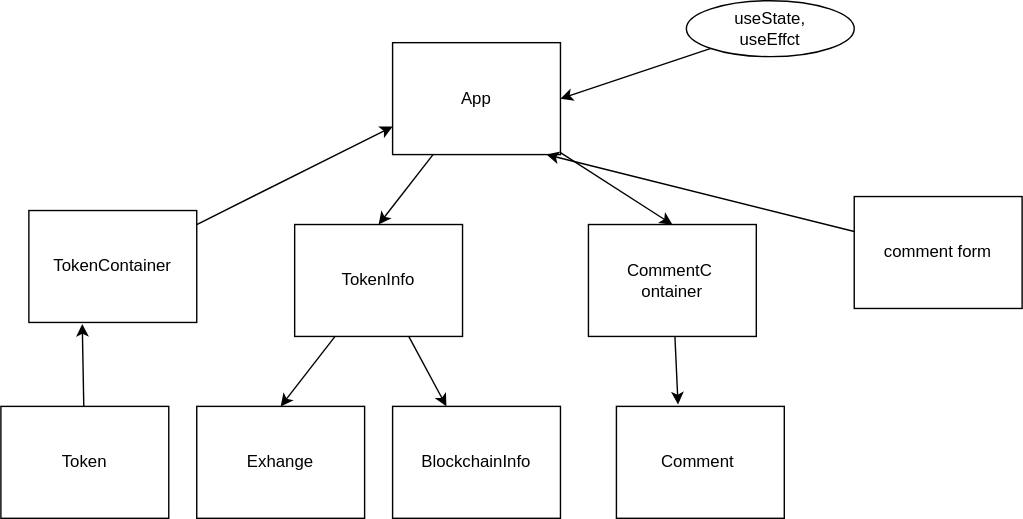
Earlier version of the draw.io export app-tony-and-joey-phase-2/.drawio.svg (TonySwearingen/Tony-and-Joey-Phase-2). Source tidied: cells renumbered, new cells last; positions are measured from the earlier drawing's top-left corner, leaving out a move shared by most shapes.
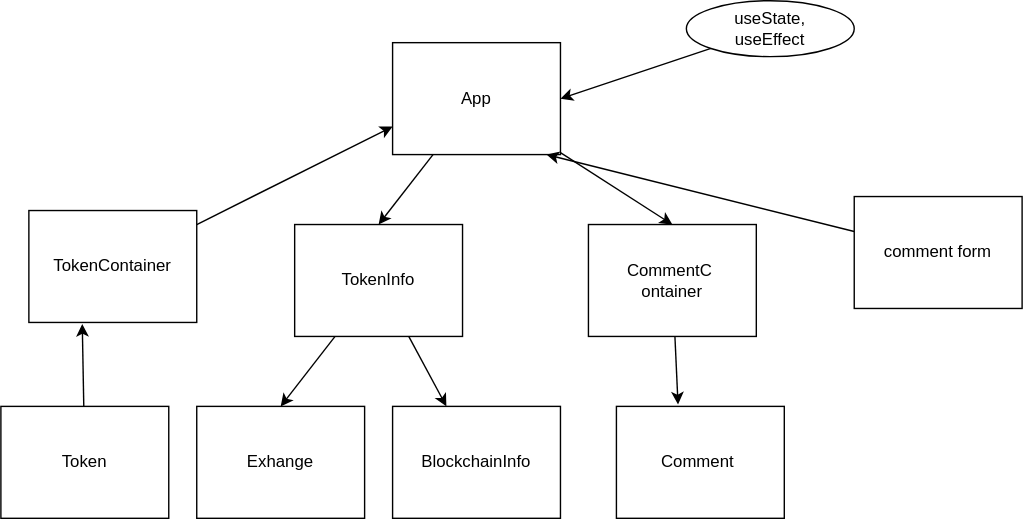
Above is the later version.

The edit, as a diff of the source:
```diff
@@ -36,7 +36,7 @@
     <mxCell id="11" style="edgeStyle=none;html=1;entryX=1;entryY=0.5;entryDx=0;entryDy=0;" parent="1" edge="1" source="12" target="4">
       <mxGeometry relative="1" as="geometry" />
     </mxCell>
-    <mxCell id="12" value="useState,&lt;br&gt;useEffct" style="ellipse;whiteSpace=wrap;html=1;" parent="1" vertex="1">
+    <mxCell id="12" value="useState,&lt;br&gt;useEffect" style="ellipse;whiteSpace=wrap;html=1;" parent="1" vertex="1">
       <mxGeometry x="490" width="120" height="40" as="geometry" />
     </mxCell>
     <mxCell id="13" style="edgeStyle=none;html=1;entryX=0.5;entryY=0;entryDx=0;entryDy=0;" parent="1" edge="1" source="15" target="16">
```
